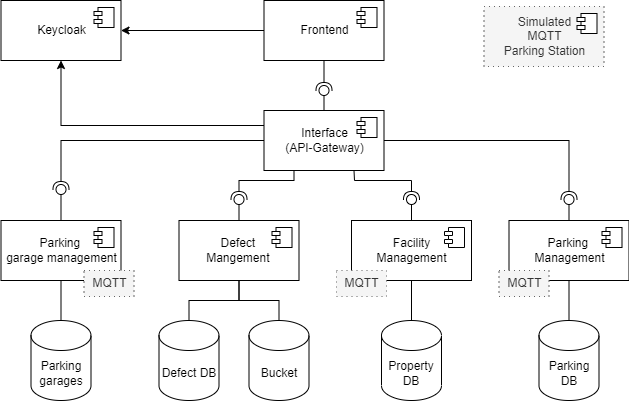
msi-cad-vw/.github keeps this draw.io diagram as docu/submissionArchitecture/img/componentsDiagram.png. Above is the earlier version. Source tidied: cells renumbered, new cells last; positions are measured from the earlier drawing's top-left corner, leaving out a move shared by most shapes.
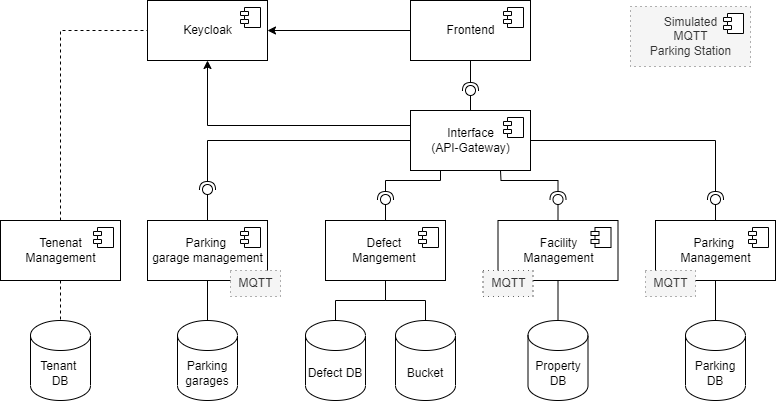
The same file after the commit.

Change to the diagram source:
```diff
@@ -177,5 +177,22 @@
         <mxPoint x="-27" y="7" as="offset" />
       </mxGeometry>
     </mxCell>
+    <mxCell id="48" style="edgeStyle=none;rounded=0;jettySize=auto;html=1;dashed=1;endArrow=none;endFill=0;" parent="1" edge="1" source="50" target="52">
+      <mxGeometry relative="1" as="geometry" />
+    </mxCell>
+    <mxCell id="49" style="edgeStyle=orthogonalEdgeStyle;rounded=0;jettySize=auto;html=1;dashed=1;endArrow=none;endFill=0;exitX=0.5;exitY=0;exitDx=0;exitDy=0;entryX=0;entryY=0.5;entryDx=0;entryDy=0;" parent="1" edge="1" source="50" target="46">
+      <mxGeometry relative="1" as="geometry" />
+    </mxCell>
+    <mxCell id="50" value="Tenenat&lt;br&gt;Management" style="html=1;fontSize=12;" parent="1" vertex="1">
+      <mxGeometry x="-147.5" y="220" width="120" height="60" as="geometry" />
+    </mxCell>
+    <mxCell id="51" style="shape=module;jettyWidth=8;jettyHeight=4;" parent="50" vertex="1">
+      <mxGeometry x="1" width="20" height="20" relative="1" as="geometry">
+        <mxPoint x="-27" y="7" as="offset" />
+      </mxGeometry>
+    </mxCell>
+    <mxCell id="52" value="Tenant &lt;br&gt;DB" style="shape=cylinder3;whiteSpace=wrap;html=1;boundedLbl=1;backgroundOutline=1;size=15;" parent="1" vertex="1">
+      <mxGeometry x="-117.5" y="320" width="60" height="80" as="geometry" />
+    </mxCell>
   </root>
 </mxGraphModel>
```
